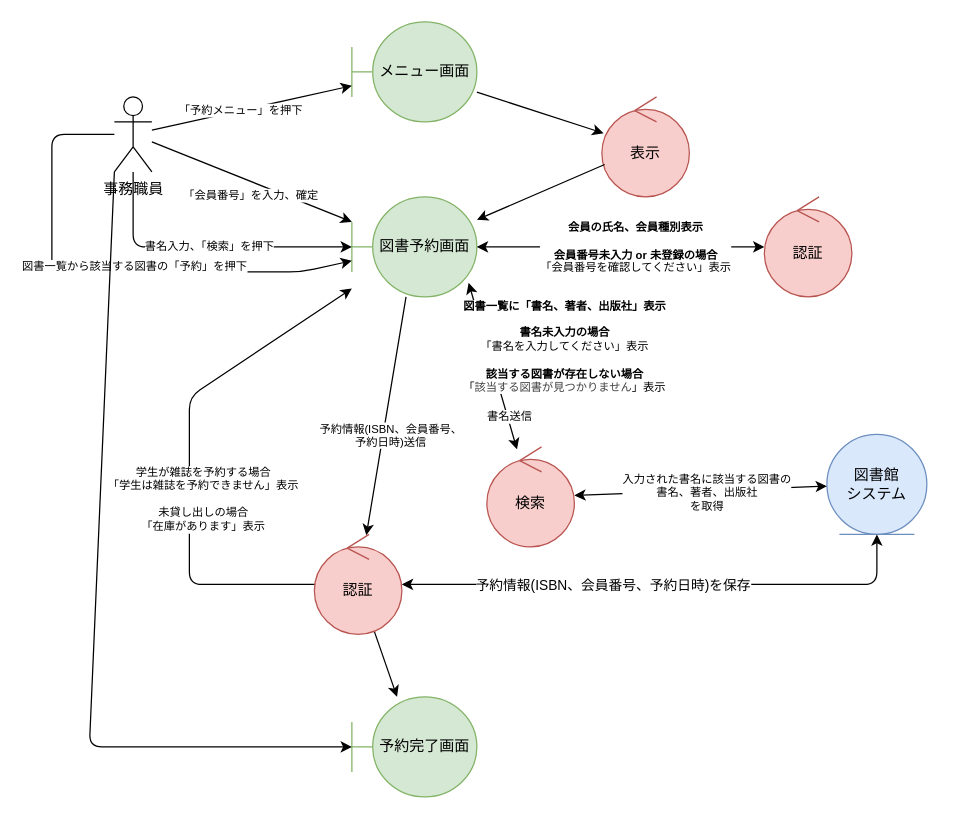
The draw.io diagram kouka2/analysis_reserve.drawio in FujikawaHirono0520/group3_1_dogdog, before the edit. Source tidied: cells renumbered, new cells numbered last; positions are measured from the earlier drawing's top-left corner, leaving out a move shared by most shapes. Both pictures are drawn from the tidied source at 125%, with x=0, y=0 at pixel (51, 21).
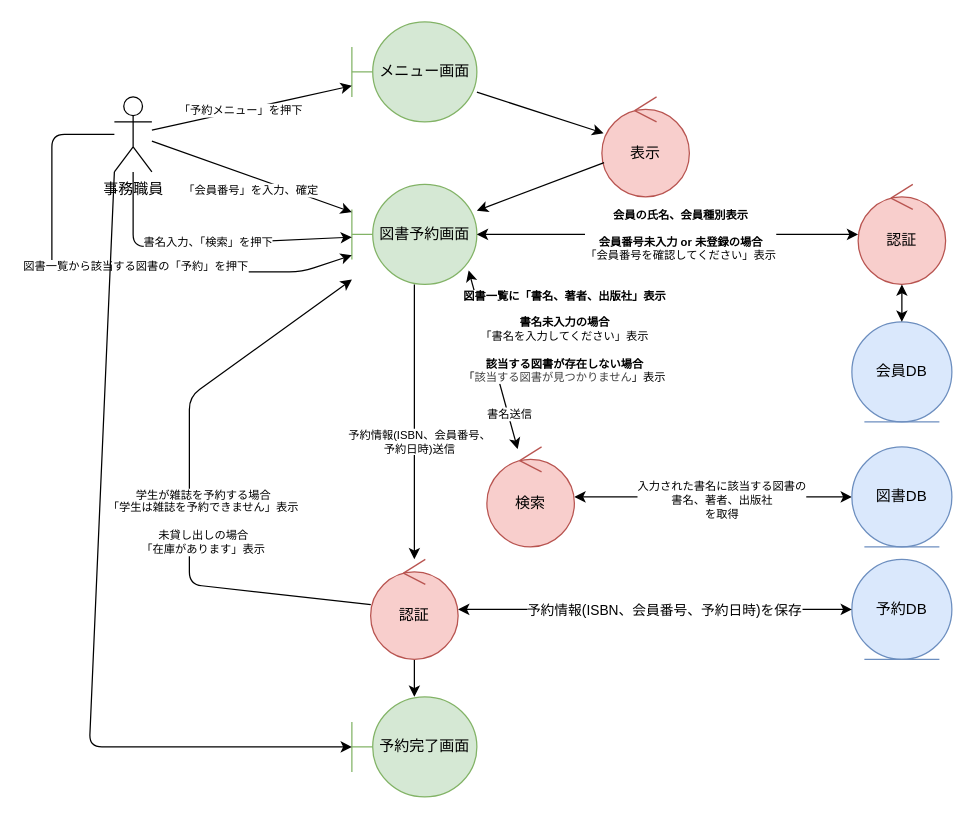
After the change.

Unchanged cells that the change refers to:
```xml
<mxCell id="18" value="検索" style="ellipse;shape=umlControl;whiteSpace=wrap;html=1;fillColor=#f8cecc;strokeColor=#b85450;" parent="1" vertex="1">
  <mxGeometry x="348" y="340" width="70" height="80" as="geometry" />
</mxCell>
```

Diff of the diagram source:
```diff
@@
-    <mxCell id="6" value="図書館&lt;div&gt;システム&lt;/div&gt;" style="ellipse;shape=umlEntity;whiteSpace=wrap;html=1;fillColor=#dae8fc;strokeColor=#6c8ebf;" parent="1" vertex="1">
-      <mxGeometry x="620" y="330" width="80" height="80" as="geometry" />
+    <mxCell id="6" value="予約DB" style="ellipse;shape=umlEntity;whiteSpace=wrap;html=1;fillColor=#dae8fc;strokeColor=#6c8ebf;" parent="1" vertex="1">
+      <mxGeometry x="640" y="430" width="80" height="80" as="geometry" />
     </mxCell>
@@
     <mxCell id="10" value="図書予約画面" style="shape=umlBoundary;whiteSpace=wrap;html=1;fillColor=#d5e8d4;strokeColor=#82b366;" parent="1" vertex="1">
-      <mxGeometry x="240" y="140" width="100" height="80" as="geometry" />
+      <mxGeometry x="240" y="130" width="100" height="80" as="geometry" />
     </mxCell>
@@
     <mxCell id="13" value="認証" style="ellipse;shape=umlControl;whiteSpace=wrap;html=1;fillColor=#f8cecc;strokeColor=#b85450;" parent="1" vertex="1">
-      <mxGeometry x="570" y="140" width="70" height="80" as="geometry" />
+      <mxGeometry x="645" y="130" width="70" height="80" as="geometry" />
     </mxCell>
@@
-    <mxCell id="19" style="endArrow=classic;startArrow=classic;html=1;" parent="1" edge="1" source="18" target="6">
+    <mxCell id="19" style="endArrow=classic;startArrow=classic;html=1;" parent="1" edge="1" source="18" target="36">
       <mxGeometry relative="1" as="geometry" />
     </mxCell>
@@
     <mxCell id="27" value="認証" style="ellipse;shape=umlControl;whiteSpace=wrap;html=1;fillColor=#f8cecc;strokeColor=#b85450;" parent="1" vertex="1">
-      <mxGeometry x="210" y="410" width="70" height="80" as="geometry" />
+      <mxGeometry x="255" y="430" width="70" height="80" as="geometry" />
     </mxCell>
@@
     <mxCell id="31" style="endArrow=classic;startArrow=classic;html=1;" parent="1" edge="1" source="27" target="6">
-      <mxGeometry relative="1" as="geometry">
-        <Array as="points">
-          <mxPoint x="660" y="450" />
-        </Array>
-      </mxGeometry>
+      <mxGeometry relative="1" as="geometry" />
     </mxCell>
     <mxCell id="32" value="予約情報(ISBN、会員番号、予約日時)を保存" style="edgeLabel;html=1;align=center;verticalAlign=middle;" parent="31" vertex="1">
-      <mxGeometry x="-0.2" relative="1" as="geometry" />
+      <mxGeometry x="-0.2" relative="1" as="geometry">
+        <mxPoint x="38" as="offset" />
+      </mxGeometry>
     </mxCell>
@@
+    <mxCell id="36" value="図書DB" style="ellipse;shape=umlEntity;whiteSpace=wrap;html=1;fillColor=#dae8fc;strokeColor=#6c8ebf;" parent="1" vertex="1">
+      <mxGeometry x="640" y="340" width="80" height="80" as="geometry" />
+    </mxCell>
+    <mxCell id="37" value="会員DB" style="ellipse;shape=umlEntity;whiteSpace=wrap;html=1;fillColor=#dae8fc;strokeColor=#6c8ebf;" parent="1" vertex="1">
+      <mxGeometry x="640" y="240" width="80" height="80" as="geometry" />
+    </mxCell>
+    <mxCell id="38" style="endArrow=classic;startArrow=classic;html=1;" parent="1" edge="1" source="37" target="13">
+      <mxGeometry relative="1" as="geometry" />
+    </mxCell>
```
